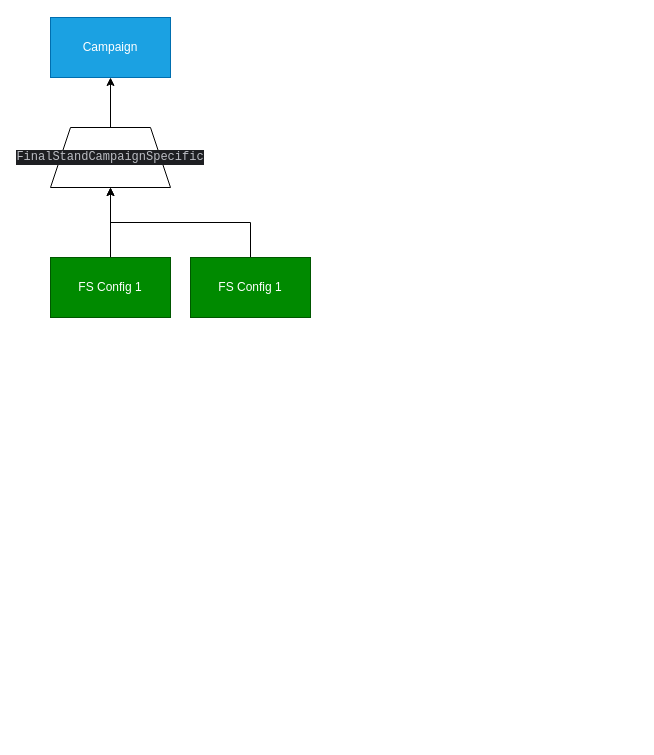
Soundwave2142/ja3-final-stand keeps this draw.io diagram as page "Page-1" (1 of 2) of HIERARCHY.drawio. Above is the earlier version. Source tidied: cells renumbered, new cells numbered last; positions are measured from the earlier drawing's top-left corner, leaving out a move shared by most shapes. Both pictures are drawn from the tidied source at 100%, with x=0, y=0 at pixel (50, 17).
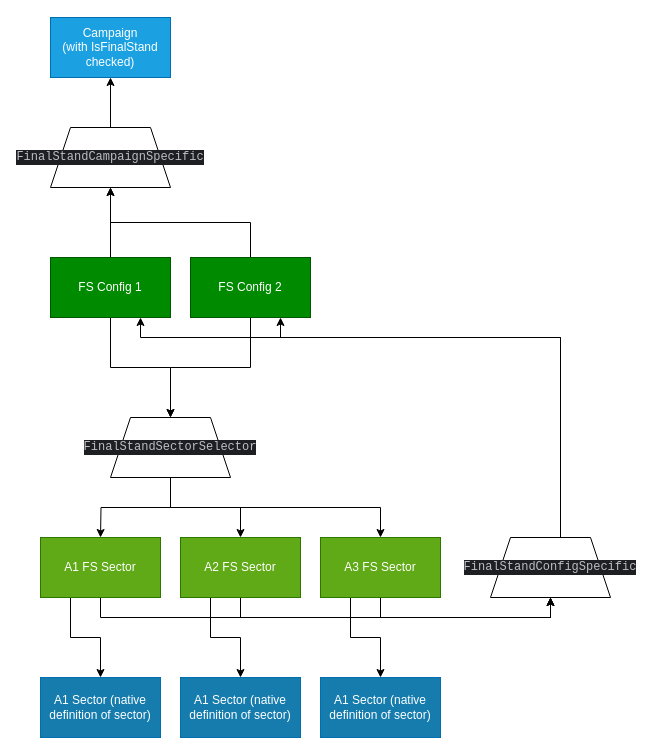
Above is the later version.

The change refers to these unchanged cells:
```xml
<mxCell id="4" value="FS Config 1" style="rounded=0;whiteSpace=wrap;html=1;fillColor=#008a00;fontColor=#ffffff;strokeColor=#005700;" parent="1" vertex="1">
  <mxGeometry y="240" width="120" height="60" as="geometry" />
</mxCell>
```

The edit, as a diff of the source:
```diff
@@
-    <mxCell id="2" value="Campaign" style="rounded=0;whiteSpace=wrap;html=1;fillColor=#1ba1e2;fontColor=#ffffff;strokeColor=#006EAF;" parent="1" vertex="1">
+    <mxCell id="2" value="Campaign&lt;br&gt;(with IsFinalStand checked)" style="rounded=0;whiteSpace=wrap;html=1;fillColor=#1ba1e2;fontColor=#ffffff;strokeColor=#006EAF;" parent="1" vertex="1">
       <mxGeometry width="120" height="60" as="geometry" />
     </mxCell>
@@
+    <mxCell id="9" style="edgeStyle=orthogonalEdgeStyle;rounded=0;jettySize=auto;html=1;exitX=0.5;exitY=1;exitDx=0;exitDy=0;" parent="1" edge="1" source="4" target="23">
+      <mxGeometry relative="1" as="geometry" />
+    </mxCell>
@@
+    <mxCell id="10" style="edgeStyle=orthogonalEdgeStyle;rounded=0;jettySize=auto;html=1;exitX=0.5;exitY=1;exitDx=0;exitDy=0;entryX=0.5;entryY=0;entryDx=0;entryDy=0;" parent="1" edge="1" source="6" target="23">
+      <mxGeometry relative="1" as="geometry" />
+    </mxCell>
-    <mxCell id="6" value="FS Config 1" style="rounded=0;whiteSpace=wrap;html=1;fillColor=#008a00;fontColor=#ffffff;strokeColor=#005700;" parent="1" vertex="1">
+    <mxCell id="6" value="FS Config 2" style="rounded=0;whiteSpace=wrap;html=1;fillColor=#008a00;fontColor=#ffffff;strokeColor=#005700;" parent="1" vertex="1">
       <mxGeometry x="140" y="240" width="120" height="60" as="geometry" />
     </mxCell>
@@
+    <mxCell id="11" style="edgeStyle=orthogonalEdgeStyle;rounded=0;orthogonalLoop=1;jettySize=auto;html=1;exitX=0.5;exitY=1;exitDx=0;exitDy=0;entryX=0.5;entryY=1;entryDx=0;entryDy=0;" parent="1" edge="1">
+      <mxGeometry relative="1" as="geometry">
+        <mxPoint x="50" y="580" as="sourcePoint" />
+        <mxPoint x="500" y="580" as="targetPoint" />
+        <Array as="points">
+          <mxPoint x="50" y="600" />
+          <mxPoint x="500" y="600" />
+        </Array>
+      </mxGeometry>
+    </mxCell>
+    <mxCell id="12" style="edgeStyle=orthogonalEdgeStyle;rounded=0;jettySize=auto;html=1;exitX=0.25;exitY=1;exitDx=0;exitDy=0;entryX=0.5;entryY=0;entryDx=0;entryDy=0;" parent="1" edge="1" source="13" target="27">
+      <mxGeometry relative="1" as="geometry" />
+    </mxCell>
+    <mxCell id="13" value="A1 FS Sector" style="rounded=0;whiteSpace=wrap;html=1;fillColor=#60a917;fontColor=#ffffff;strokeColor=#2D7600;" parent="1" vertex="1">
+      <mxGeometry x="-10" y="520" width="120" height="60" as="geometry" />
+    </mxCell>
+    <mxCell id="14" style="edgeStyle=orthogonalEdgeStyle;rounded=0;jettySize=auto;html=1;exitX=0.5;exitY=1;exitDx=0;exitDy=0;entryX=0.5;entryY=1;entryDx=0;entryDy=0;" parent="1" edge="1" source="16">
+      <mxGeometry relative="1" as="geometry">
+        <mxPoint x="500" y="580" as="targetPoint" />
+        <Array as="points">
+          <mxPoint x="190" y="600" />
+          <mxPoint x="500" y="600" />
+        </Array>
+      </mxGeometry>
+    </mxCell>
+    <mxCell id="15" style="edgeStyle=orthogonalEdgeStyle;rounded=0;jettySize=auto;html=1;exitX=0.25;exitY=1;exitDx=0;exitDy=0;entryX=0.5;entryY=0;entryDx=0;entryDy=0;" parent="1" edge="1" source="16" target="28">
+      <mxGeometry relative="1" as="geometry" />
+    </mxCell>
+    <mxCell id="16" value="A2 FS Sector" style="rounded=0;whiteSpace=wrap;html=1;fillColor=#60a917;fontColor=#ffffff;strokeColor=#2D7600;" parent="1" vertex="1">
+      <mxGeometry x="130" y="520" width="120" height="60" as="geometry" />
+    </mxCell>
+    <mxCell id="17" style="edgeStyle=orthogonalEdgeStyle;rounded=0;jettySize=auto;html=1;exitX=0.5;exitY=1;exitDx=0;exitDy=0;entryX=0.5;entryY=1;entryDx=0;entryDy=0;" parent="1" edge="1" source="19">
+      <mxGeometry relative="1" as="geometry">
+        <mxPoint x="500" y="580" as="targetPoint" />
+        <Array as="points">
+          <mxPoint x="330" y="600" />
+          <mxPoint x="500" y="600" />
+        </Array>
+      </mxGeometry>
+    </mxCell>
+    <mxCell id="18" style="edgeStyle=orthogonalEdgeStyle;rounded=0;jettySize=auto;html=1;exitX=0.25;exitY=1;exitDx=0;exitDy=0;entryX=0.5;entryY=1;entryDx=0;entryDy=0;" parent="1" edge="1" source="19" target="29">
+      <mxGeometry relative="1" as="geometry" />
+    </mxCell>
+    <mxCell id="19" value="A3 FS Sector" style="rounded=0;whiteSpace=wrap;html=1;fillColor=#60a917;fontColor=#ffffff;strokeColor=#2D7600;" parent="1" vertex="1">
+      <mxGeometry x="270" y="520" width="120" height="60" as="geometry" />
+    </mxCell>
+    <mxCell id="20" style="edgeStyle=orthogonalEdgeStyle;rounded=0;jettySize=auto;html=1;exitX=0.5;exitY=1;exitDx=0;exitDy=0;entryX=0.5;entryY=0;entryDx=0;entryDy=0;" parent="1" edge="1" source="23">
+      <mxGeometry relative="1" as="geometry">
+        <mxPoint x="50" y="520" as="targetPoint" />
+      </mxGeometry>
+    </mxCell>
+    <mxCell id="21" style="edgeStyle=orthogonalEdgeStyle;rounded=0;jettySize=auto;html=1;exitX=0.5;exitY=1;exitDx=0;exitDy=0;entryX=0.5;entryY=0;entryDx=0;entryDy=0;" parent="1" edge="1" source="23" target="16">
+      <mxGeometry relative="1" as="geometry" />
+    </mxCell>
+    <mxCell id="22" style="edgeStyle=orthogonalEdgeStyle;rounded=0;jettySize=auto;html=1;exitX=0.5;exitY=1;exitDx=0;exitDy=0;" parent="1" edge="1" source="23" target="19">
+      <mxGeometry relative="1" as="geometry" />
+    </mxCell>
+    <mxCell id="23" value="&lt;div style=&quot;background-color: rgb(30, 31, 34); color: rgb(188, 190, 196); font-family: &amp;quot;JetBrains Mono&amp;quot;, monospace;&quot;&gt;FinalStandSectorSelector&lt;/div&gt;" style="shape=trapezoid;perimeter=trapezoidPerimeter;whiteSpace=wrap;html=1;fixedSize=1;" parent="1" vertex="1">
+      <mxGeometry x="60" y="400" width="120" height="60" as="geometry" />
+    </mxCell>
+    <mxCell id="24" style="edgeStyle=orthogonalEdgeStyle;rounded=0;jettySize=auto;html=1;exitX=0.5;exitY=0;exitDx=0;exitDy=0;entryX=0.75;entryY=1;entryDx=0;entryDy=0;" parent="1" edge="1" source="26" target="4">
+      <mxGeometry relative="1" as="geometry">
+        <Array as="points">
+          <mxPoint x="510" y="320" />
+          <mxPoint x="90" y="320" />
+        </Array>
+      </mxGeometry>
+    </mxCell>
+    <mxCell id="25" style="edgeStyle=orthogonalEdgeStyle;rounded=0;jettySize=auto;html=1;exitX=0.5;exitY=0;exitDx=0;exitDy=0;entryX=0.75;entryY=1;entryDx=0;entryDy=0;" parent="1" edge="1" source="26" target="6">
+      <mxGeometry relative="1" as="geometry">
+        <Array as="points">
+          <mxPoint x="510" y="320" />
+          <mxPoint x="230" y="320" />
+        </Array>
+      </mxGeometry>
+    </mxCell>
+    <mxCell id="26" value="&lt;div style=&quot;background-color: rgb(30, 31, 34); color: rgb(188, 190, 196); font-family: &amp;quot;JetBrains Mono&amp;quot;, monospace;&quot;&gt;FinalStandConfigSpecific&lt;/div&gt;" style="shape=trapezoid;perimeter=trapezoidPerimeter;whiteSpace=wrap;html=1;fixedSize=1;" parent="1" vertex="1">
+      <mxGeometry x="440" y="520" width="120" height="60" as="geometry" />
+    </mxCell>
+    <mxCell id="27" value="A1 Sector (native definition of sector)" style="rounded=0;whiteSpace=wrap;html=1;fillColor=#157CAD;fontColor=#ffffff;strokeColor=#006EAF;" parent="1" vertex="1">
+      <mxGeometry x="-10" y="660" width="120" height="60" as="geometry" />
+    </mxCell>
+    <mxCell id="28" value="A1 Sector (native definition of sector)" style="rounded=0;whiteSpace=wrap;html=1;fillColor=#157CAD;fontColor=#ffffff;strokeColor=#006EAF;" parent="1" vertex="1">
+      <mxGeometry x="130" y="660" width="120" height="60" as="geometry" />
+    </mxCell>
+    <mxCell id="29" value="A1 Sector (native definition of sector)" style="rounded=0;whiteSpace=wrap;html=1;fillColor=#157CAD;fontColor=#ffffff;strokeColor=#006EAF;direction=west;" parent="1" vertex="1">
+      <mxGeometry x="270" y="660" width="120" height="60" as="geometry" />
+    </mxCell>
```
